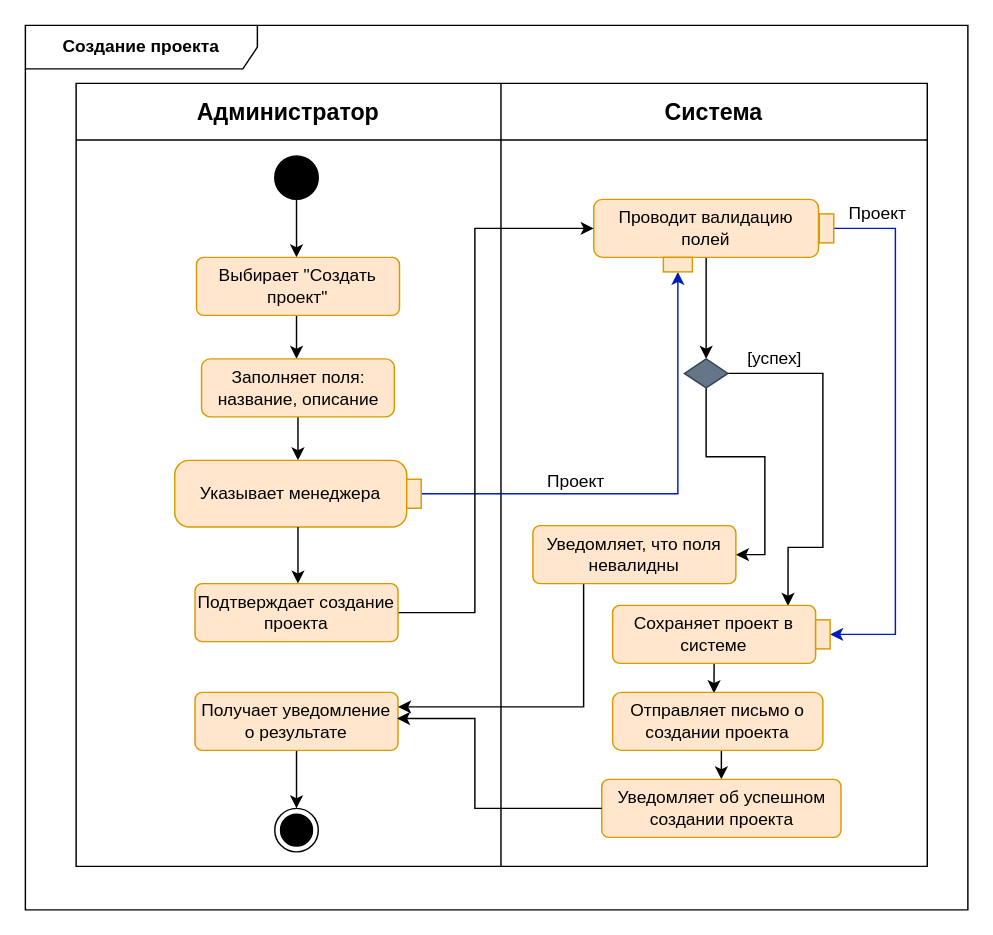
aVorotnikov/thunder_board keeps this draw.io diagram as docs/raw_diagrams/create_project.drawio. Above is the earlier version. Source tidied: cells renumbered, new cells numbered last; positions are measured from the earlier drawing's top-left corner, leaving out a move shared by most shapes. Both pictures are drawn from the tidied source at 145%, with x=0, y=0 at pixel (25, 25).
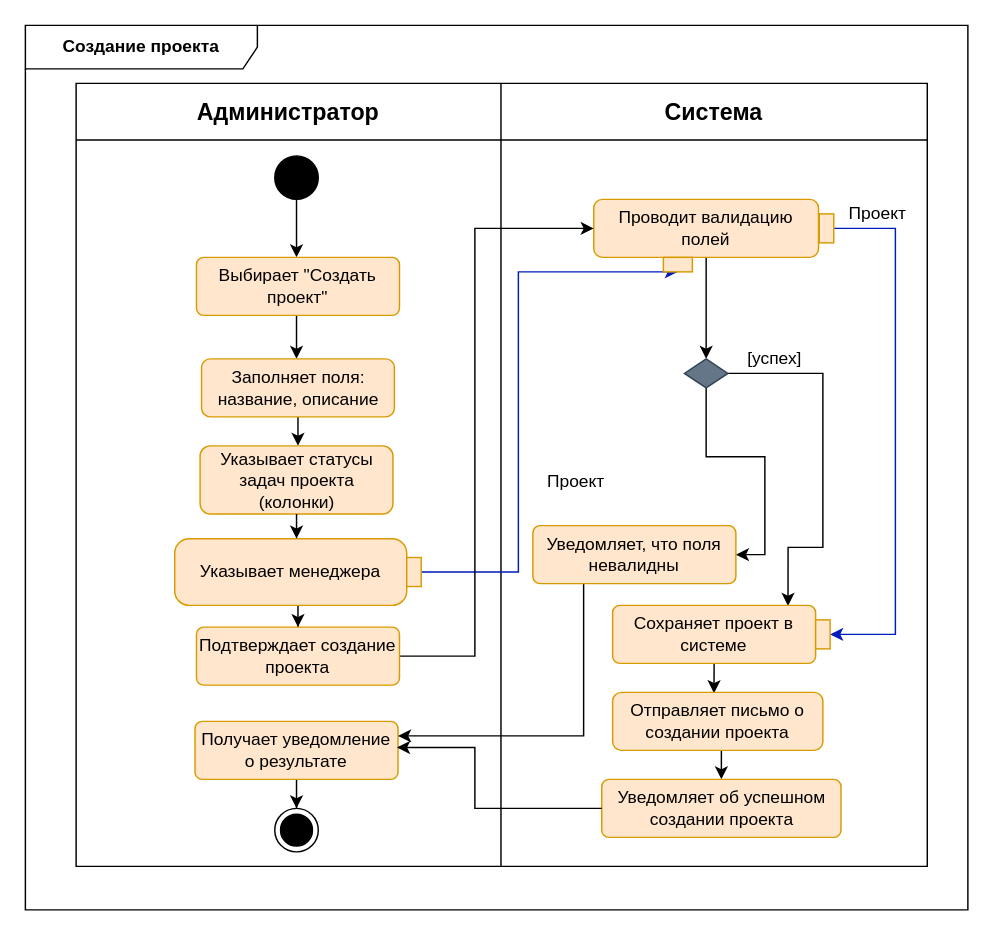
Above is the later version.

Commit message:
Добавлен выбор статусов задач

Unchanged cells that the change refers to:
```xml
<mxCell id="2" value="&lt;b&gt;Создание проекта&lt;br&gt;&lt;/b&gt;" style="shape=umlFrame;whiteSpace=wrap;html=1;width=160;" parent="1" vertex="1">
  <mxGeometry width="650" height="610" as="geometry" />
</mxCell>
<mxCell id="16" value="Проводит валидацию полей " style="rounded=1;whiteSpace=wrap;html=1;fillColor=#ffe6cc;strokeColor=#d79b00;" parent="2" vertex="1">
  <mxGeometry x="392" y="120" width="155" height="40" as="geometry" />
</mxCell>
<mxCell id="23" style="rounded=0;whiteSpace=wrap;html=1;fillColor=#ffe6cc;strokeColor=#d79b00;" parent="2" vertex="1">
  <mxGeometry x="440" y="160" width="20" height="10" as="geometry" />
</mxCell>
<mxCell id="40" value="Уведомляет об успешном создании проекта" style="html=1;align=center;verticalAlign=middle;rounded=1;absoluteArcSize=1;arcSize=10;dashed=0;whiteSpace=wrap;fillColor=#ffe6cc;strokeColor=#d79b00;" parent="2" vertex="1">
  <mxGeometry x="397.5" y="520" width="165" height="40" as="geometry" />
</mxCell>
<mxCell id="43" value="Заполняет поля: название, описание" style="rounded=1;whiteSpace=wrap;html=1;fillColor=#ffe6cc;strokeColor=#d79b00;" parent="2" vertex="1">
  <mxGeometry x="121.5" y="230" width="133" height="40" as="geometry" />
</mxCell>
```

Change to the diagram source:
```diff
@@
-    <mxCell id="14" style="edgeStyle=orthogonalEdgeStyle;rounded=0;jettySize=auto;html=1;exitX=0.5;exitY=1;exitDx=0;exitDy=0;" parent="2" edge="1" source="43" target="22">
-      <mxGeometry relative="1" as="geometry" />
+    <mxCell id="14" style="edgeStyle=orthogonalEdgeStyle;rounded=0;jettySize=auto;html=1;exitX=0.5;exitY=1;exitDx=0;exitDy=0;" parent="2" edge="1" source="43">
+      <mxGeometry relative="1" as="geometry">
+        <mxPoint x="188" y="290" as="targetPoint" />
+      </mxGeometry>
     </mxCell>
@@
     <mxCell id="21" style="edgeStyle=orthogonalEdgeStyle;rounded=0;jettySize=auto;html=1;entryX=0.5;entryY=1;entryDx=0;entryDy=0;fillColor=#0050ef;strokeColor=#001DBC;" parent="2" edge="1" source="22" target="23">
-      <mxGeometry relative="1" as="geometry" />
+      <mxGeometry relative="1" as="geometry">
+        <Array as="points">
+          <mxPoint x="340" y="377" />
+          <mxPoint x="340" y="170" />
+        </Array>
+      </mxGeometry>
     </mxCell>
+    <mxCell id="45" style="edgeStyle=orthogonalEdgeStyle;rounded=0;jettySize=auto;html=1;entryX=0.5;entryY=0;entryDx=0;entryDy=0;" parent="2" edge="1" source="22" target="35">
+      <mxGeometry relative="1" as="geometry" />
+    </mxCell>
     <mxCell id="22" value="Указывает менеджера" style="shape=mxgraph.uml25.action;html=1;align=center;verticalAlign=middle;absoluteArcSize=1;arcSize=10;dashed=0;spacingRight=10;whiteSpace=wrap;fillColor=#ffe6cc;strokeColor=#d79b00;" parent="2" vertex="1">
-      <mxGeometry x="103" y="300" width="170" height="46" as="geometry" />
+      <mxGeometry x="103" y="354" width="170" height="46" as="geometry" />
     </mxCell>
@@
-    <mxCell id="27" style="edgeStyle=orthogonalEdgeStyle;rounded=0;jettySize=auto;html=1;" parent="2" edge="1" source="22">
-      <mxGeometry relative="1" as="geometry">
-        <mxPoint x="188" y="385" as="targetPoint" />
-      </mxGeometry>
-    </mxCell>
@@
-    <mxCell id="34" style="edgeStyle=orthogonalEdgeStyle;rounded=0;jettySize=auto;html=1;entryX=0;entryY=0.5;entryDx=0;entryDy=0;" parent="2" edge="1" source="35" target="16">
+    <mxCell id="34" style="edgeStyle=orthogonalEdgeStyle;rounded=0;jettySize=auto;html=1;entryX=0;entryY=0.5;entryDx=0;entryDy=0;exitX=1;exitY=0.5;exitDx=0;exitDy=0;" parent="2" edge="1" source="35" target="16">
       <mxGeometry relative="1" as="geometry">
         <Array as="points">
-          <mxPoint x="310" y="405" />
+          <mxPoint x="310" y="435" />
           <mxPoint x="310" y="140" />
         </Array>
       </mxGeometry>
     </mxCell>
     <mxCell id="35" value="Подтверждает создание проекта" style="html=1;align=center;verticalAlign=middle;rounded=1;absoluteArcSize=1;arcSize=10;dashed=0;whiteSpace=wrap;fillColor=#ffe6cc;strokeColor=#d79b00;" parent="2" vertex="1">
-      <mxGeometry x="117" y="385" width="140" height="40" as="geometry" />
+      <mxGeometry x="118" y="415" width="140" height="40" as="geometry" />
     </mxCell>
     <mxCell id="36" value="Получает уведомление о результате" style="html=1;align=center;verticalAlign=middle;rounded=1;absoluteArcSize=1;arcSize=10;dashed=0;whiteSpace=wrap;fillColor=#ffe6cc;strokeColor=#d79b00;" parent="2" vertex="1">
-      <mxGeometry x="117" y="460" width="140" height="40" as="geometry" />
+      <mxGeometry x="117" y="480" width="140" height="40" as="geometry" />
     </mxCell>
@@
     <mxCell id="41" style="edgeStyle=orthogonalEdgeStyle;rounded=0;jettySize=auto;html=1;entryX=0.995;entryY=0.45;entryDx=0;entryDy=0;entryPerimeter=0;" parent="2" edge="1" source="40" target="36">
       <mxGeometry relative="1" as="geometry">
         <Array as="points">
           <mxPoint x="310" y="540" />
-          <mxPoint x="310" y="478" />
+          <mxPoint x="310" y="498" />
         </Array>
       </mxGeometry>
     </mxCell>
@@
+    <mxCell id="46" value="Указывает статусы задач проекта (колонки)" style="rounded=1;whiteSpace=wrap;html=1;fillColor=#ffe6cc;strokeColor=#d79b00;" parent="2" vertex="1">
+      <mxGeometry x="120.5" y="290" width="133" height="47" as="geometry" />
+    </mxCell>
+    <mxCell id="47" style="edgeStyle=orthogonalEdgeStyle;rounded=0;jettySize=auto;html=1;exitX=0.5;exitY=1;exitDx=0;exitDy=0;entryX=0.494;entryY=0;entryDx=0;entryDy=0;entryPerimeter=0;" parent="2" edge="1" source="46" target="22">
+      <mxGeometry relative="1" as="geometry" />
+    </mxCell>
```
